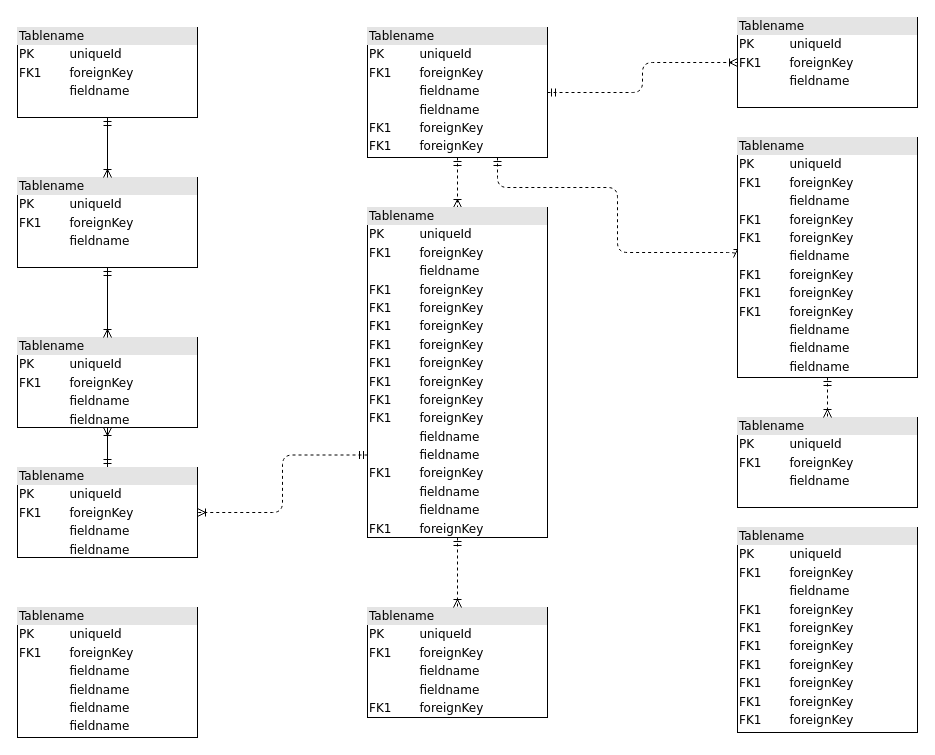
Earlier version of the draw.io diagram Диаграмма без названия.drawio (Radoncheg/sfml). Source tidied: cells renumbered, new cells numbered last; positions are measured from the earlier drawing's top-left corner, leaving out a move shared by most shapes. Both pictures are drawn from the tidied source at 100%, with x=0, y=0 at pixel (17, 17).
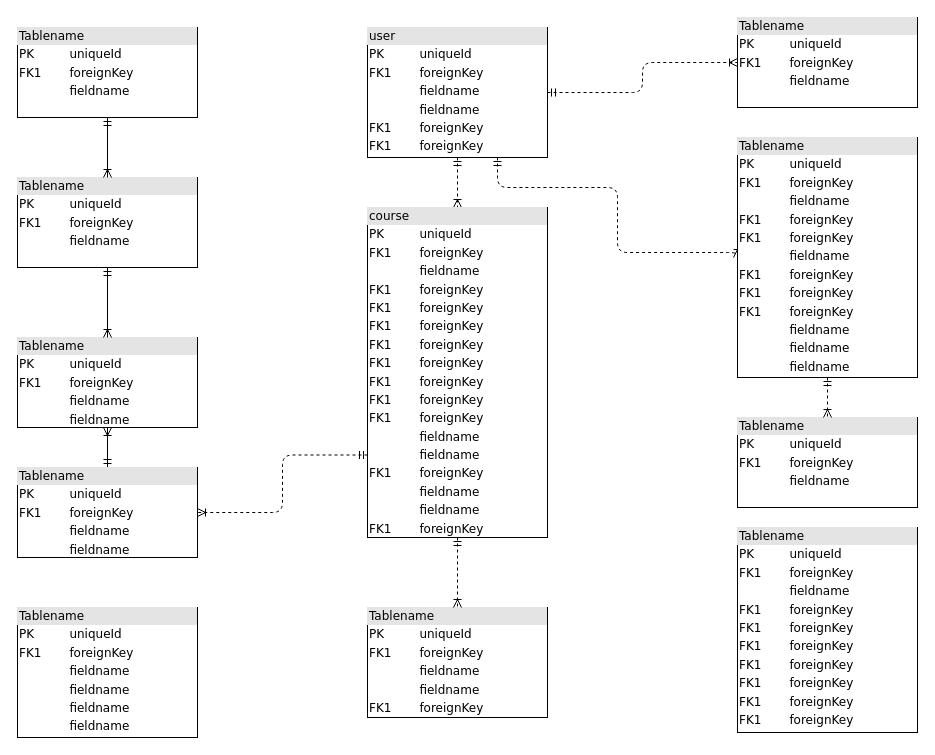
After the change.

The edit, as a diff of the source:
```diff
@@
-    <mxCell id="6" value="&lt;div style=&quot;box-sizing: border-box ; width: 100% ; background: #e4e4e4 ; padding: 2px&quot;&gt;Tablename&lt;/div&gt;&lt;table style=&quot;width: 100% ; font-size: 1em&quot; cellpadding=&quot;2&quot; cellspacing=&quot;0&quot;&gt;&lt;tbody&gt;&lt;tr&gt;&lt;td&gt;PK&lt;/td&gt;&lt;td&gt;uniqueId&lt;/td&gt;&lt;/tr&gt;&lt;tr&gt;&lt;td&gt;FK1&lt;/td&gt;&lt;td&gt;foreignKey&lt;/td&gt;&lt;/tr&gt;&lt;tr&gt;&lt;td&gt;&lt;/td&gt;&lt;td&gt;fieldname&lt;/td&gt;&lt;/tr&gt;&lt;tr&gt;&lt;td&gt;&lt;br&gt;&lt;/td&gt;&lt;td&gt;fieldname&lt;br&gt;&lt;/td&gt;&lt;/tr&gt;&lt;tr&gt;&lt;td&gt;FK1&lt;br&gt;&lt;/td&gt;&lt;td&gt;foreignKey&lt;br&gt;&lt;/td&gt;&lt;/tr&gt;&lt;tr&gt;&lt;td&gt;FK1&lt;br&gt;&lt;/td&gt;&lt;td&gt;foreignKey&lt;br&gt;&lt;/td&gt;&lt;/tr&gt;&lt;/tbody&gt;&lt;/table&gt;" style="verticalAlign=top;align=left;overflow=fill;html=1;rounded=0;shadow=0;comic=0;labelBackgroundColor=none;strokeWidth=1;fontFamily=Verdana;fontSize=12;" parent="1" vertex="1">
+    <mxCell id="6" value="&lt;div style=&quot;box-sizing: border-box ; width: 100% ; background: #e4e4e4 ; padding: 2px&quot;&gt;user&lt;/div&gt;&lt;table style=&quot;width: 100% ; font-size: 1em&quot; cellpadding=&quot;2&quot; cellspacing=&quot;0&quot;&gt;&lt;tbody&gt;&lt;tr&gt;&lt;td&gt;PK&lt;/td&gt;&lt;td&gt;uniqueId&lt;/td&gt;&lt;/tr&gt;&lt;tr&gt;&lt;td&gt;FK1&lt;/td&gt;&lt;td&gt;foreignKey&lt;/td&gt;&lt;/tr&gt;&lt;tr&gt;&lt;td&gt;&lt;/td&gt;&lt;td&gt;fieldname&lt;/td&gt;&lt;/tr&gt;&lt;tr&gt;&lt;td&gt;&lt;br&gt;&lt;/td&gt;&lt;td&gt;fieldname&lt;br&gt;&lt;/td&gt;&lt;/tr&gt;&lt;tr&gt;&lt;td&gt;FK1&lt;br&gt;&lt;/td&gt;&lt;td&gt;foreignKey&lt;br&gt;&lt;/td&gt;&lt;/tr&gt;&lt;tr&gt;&lt;td&gt;FK1&lt;br&gt;&lt;/td&gt;&lt;td&gt;foreignKey&lt;br&gt;&lt;/td&gt;&lt;/tr&gt;&lt;/tbody&gt;&lt;/table&gt;" style="verticalAlign=top;align=left;overflow=fill;html=1;rounded=0;shadow=0;comic=0;labelBackgroundColor=none;strokeWidth=1;fontFamily=Verdana;fontSize=12;" parent="1" vertex="1">
       <mxGeometry x="350" y="10" width="180" height="130" as="geometry" />
     </mxCell>
@@
-    <mxCell id="16" value="&lt;div style=&quot;box-sizing: border-box ; width: 100% ; background: #e4e4e4 ; padding: 2px&quot;&gt;Tablename&lt;/div&gt;&lt;table style=&quot;width: 100% ; font-size: 1em&quot; cellpadding=&quot;2&quot; cellspacing=&quot;0&quot;&gt;&lt;tbody&gt;&lt;tr&gt;&lt;td&gt;PK&lt;/td&gt;&lt;td&gt;uniqueId&lt;/td&gt;&lt;/tr&gt;&lt;tr&gt;&lt;td&gt;FK1&lt;/td&gt;&lt;td&gt;foreignKey&lt;/td&gt;&lt;/tr&gt;&lt;tr&gt;&lt;td&gt;&lt;/td&gt;&lt;td&gt;fieldname&lt;/td&gt;&lt;/tr&gt;&lt;tr&gt;&lt;td&gt;FK1&lt;br&gt;&lt;/td&gt;&lt;td&gt;foreignKey&lt;br&gt;&lt;/td&gt;&lt;/tr&gt;&lt;tr&gt;&lt;td&gt;FK1&lt;br&gt;&lt;/td&gt;&lt;td&gt;foreignKey&lt;br&gt;&lt;/td&gt;&lt;/tr&gt;&lt;tr&gt;&lt;td&gt;FK1&lt;br&gt;&lt;/td&gt;&lt;td&gt;foreignKey&lt;br&gt;&lt;/td&gt;&lt;/tr&gt;&lt;tr&gt;&lt;td&gt;FK1&lt;br&gt;&lt;/td&gt;&lt;td&gt;foreignKey&lt;br&gt;&lt;/td&gt;&lt;/tr&gt;&lt;tr&gt;&lt;td&gt;FK1&lt;br&gt;&lt;/td&gt;&lt;td&gt;foreignKey&lt;br&gt;&lt;/td&gt;&lt;/tr&gt;&lt;tr&gt;&lt;td&gt;FK1&lt;br&gt;&lt;/td&gt;&lt;td&gt;foreignKey&lt;br&gt;&lt;/td&gt;&lt;/tr&gt;&lt;tr&gt;&lt;td&gt;FK1&lt;br&gt;&lt;/td&gt;&lt;td&gt;foreignKey&lt;br&gt;&lt;/td&gt;&lt;/tr&gt;&lt;tr&gt;&lt;td&gt;FK1&lt;br&gt;&lt;/td&gt;&lt;td&gt;foreignKey&lt;br&gt;&lt;/td&gt;&lt;/tr&gt;&lt;tr&gt;&lt;td&gt;&lt;br&gt;&lt;/td&gt;&lt;td&gt;fieldname&lt;br&gt;&lt;/td&gt;&lt;/tr&gt;&lt;tr&gt;&lt;td&gt;&lt;br&gt;&lt;/td&gt;&lt;td&gt;fieldname&lt;br&gt;&lt;/td&gt;&lt;/tr&gt;&lt;tr&gt;&lt;td&gt;FK1&lt;br&gt;&lt;/td&gt;&lt;td&gt;foreignKey&lt;br&gt;&lt;/td&gt;&lt;/tr&gt;&lt;tr&gt;&lt;td&gt;&lt;br&gt;&lt;/td&gt;&lt;td&gt;fieldname&lt;br&gt;&lt;/td&gt;&lt;/tr&gt;&lt;tr&gt;&lt;td&gt;&lt;br&gt;&lt;/td&gt;&lt;td&gt;fieldname&lt;br&gt;&lt;/td&gt;&lt;/tr&gt;&lt;tr&gt;&lt;td&gt;FK1&lt;br&gt;&lt;/td&gt;&lt;td&gt;foreignKey&lt;br&gt;&lt;/td&gt;&lt;/tr&gt;&lt;/tbody&gt;&lt;/table&gt;" style="verticalAlign=top;align=left;overflow=fill;html=1;rounded=0;shadow=0;comic=0;labelBackgroundColor=none;strokeWidth=1;fontFamily=Verdana;fontSize=12;" parent="1" vertex="1">
+    <mxCell id="16" value="&lt;div style=&quot;box-sizing: border-box ; width: 100% ; background: #e4e4e4 ; padding: 2px&quot;&gt;course&lt;/div&gt;&lt;table style=&quot;width: 100% ; font-size: 1em&quot; cellpadding=&quot;2&quot; cellspacing=&quot;0&quot;&gt;&lt;tbody&gt;&lt;tr&gt;&lt;td&gt;PK&lt;/td&gt;&lt;td&gt;uniqueId&lt;/td&gt;&lt;/tr&gt;&lt;tr&gt;&lt;td&gt;FK1&lt;/td&gt;&lt;td&gt;foreignKey&lt;/td&gt;&lt;/tr&gt;&lt;tr&gt;&lt;td&gt;&lt;/td&gt;&lt;td&gt;fieldname&lt;/td&gt;&lt;/tr&gt;&lt;tr&gt;&lt;td&gt;FK1&lt;br&gt;&lt;/td&gt;&lt;td&gt;foreignKey&lt;br&gt;&lt;/td&gt;&lt;/tr&gt;&lt;tr&gt;&lt;td&gt;FK1&lt;br&gt;&lt;/td&gt;&lt;td&gt;foreignKey&lt;br&gt;&lt;/td&gt;&lt;/tr&gt;&lt;tr&gt;&lt;td&gt;FK1&lt;br&gt;&lt;/td&gt;&lt;td&gt;foreignKey&lt;br&gt;&lt;/td&gt;&lt;/tr&gt;&lt;tr&gt;&lt;td&gt;FK1&lt;br&gt;&lt;/td&gt;&lt;td&gt;foreignKey&lt;br&gt;&lt;/td&gt;&lt;/tr&gt;&lt;tr&gt;&lt;td&gt;FK1&lt;br&gt;&lt;/td&gt;&lt;td&gt;foreignKey&lt;br&gt;&lt;/td&gt;&lt;/tr&gt;&lt;tr&gt;&lt;td&gt;FK1&lt;br&gt;&lt;/td&gt;&lt;td&gt;foreignKey&lt;br&gt;&lt;/td&gt;&lt;/tr&gt;&lt;tr&gt;&lt;td&gt;FK1&lt;br&gt;&lt;/td&gt;&lt;td&gt;foreignKey&lt;br&gt;&lt;/td&gt;&lt;/tr&gt;&lt;tr&gt;&lt;td&gt;FK1&lt;br&gt;&lt;/td&gt;&lt;td&gt;foreignKey&lt;br&gt;&lt;/td&gt;&lt;/tr&gt;&lt;tr&gt;&lt;td&gt;&lt;br&gt;&lt;/td&gt;&lt;td&gt;fieldname&lt;br&gt;&lt;/td&gt;&lt;/tr&gt;&lt;tr&gt;&lt;td&gt;&lt;br&gt;&lt;/td&gt;&lt;td&gt;fieldname&lt;br&gt;&lt;/td&gt;&lt;/tr&gt;&lt;tr&gt;&lt;td&gt;FK1&lt;br&gt;&lt;/td&gt;&lt;td&gt;foreignKey&lt;br&gt;&lt;/td&gt;&lt;/tr&gt;&lt;tr&gt;&lt;td&gt;&lt;br&gt;&lt;/td&gt;&lt;td&gt;fieldname&lt;br&gt;&lt;/td&gt;&lt;/tr&gt;&lt;tr&gt;&lt;td&gt;&lt;br&gt;&lt;/td&gt;&lt;td&gt;fieldname&lt;br&gt;&lt;/td&gt;&lt;/tr&gt;&lt;tr&gt;&lt;td&gt;FK1&lt;br&gt;&lt;/td&gt;&lt;td&gt;foreignKey&lt;br&gt;&lt;/td&gt;&lt;/tr&gt;&lt;/tbody&gt;&lt;/table&gt;" style="verticalAlign=top;align=left;overflow=fill;html=1;rounded=0;shadow=0;comic=0;labelBackgroundColor=none;strokeWidth=1;fontFamily=Verdana;fontSize=12;" parent="1" vertex="1">
       <mxGeometry x="350" y="190" width="180" height="330" as="geometry" />
     </mxCell>
```
